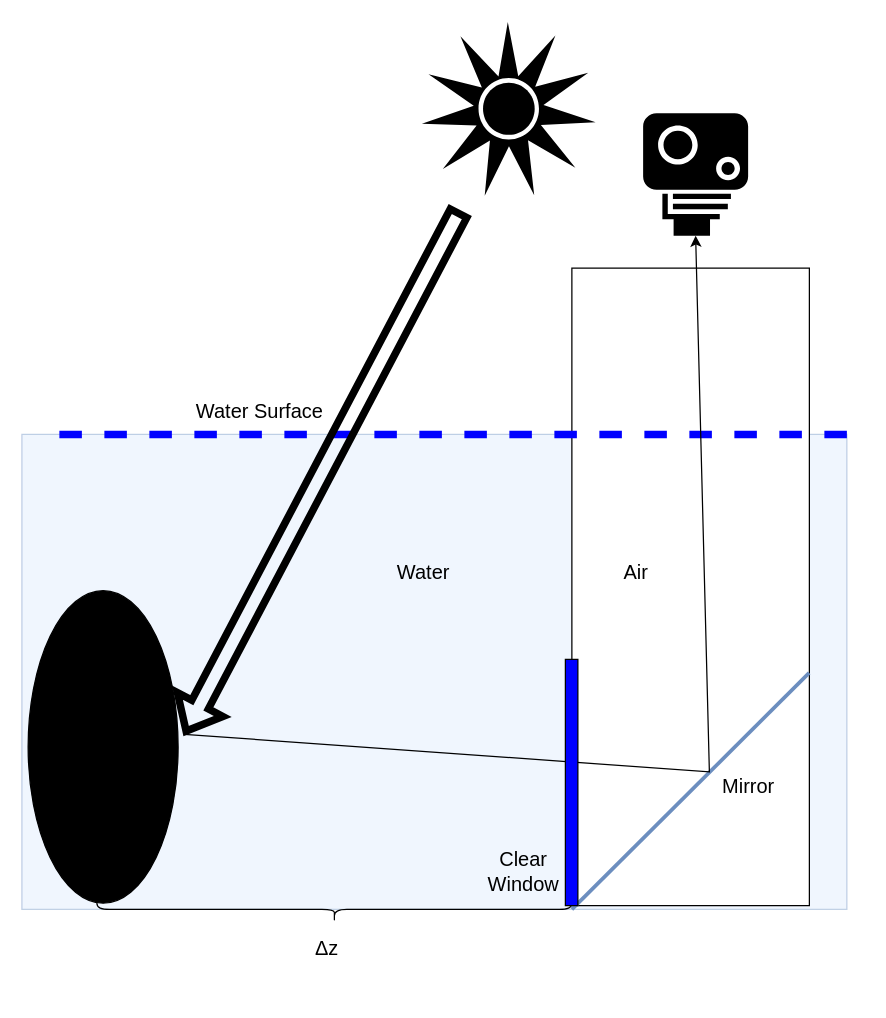
The draw.io diagram report/black_disk_aproach.drawio in itay-mal/water_turbidity_project, before the edit. Source tidied: cells renumbered, new cells numbered last; positions are measured from the earlier drawing's top-left corner, leaving out a move shared by most shapes. Both pictures are drawn from the tidied source at 125%, with x=0, y=0 at pixel (-54, 21).
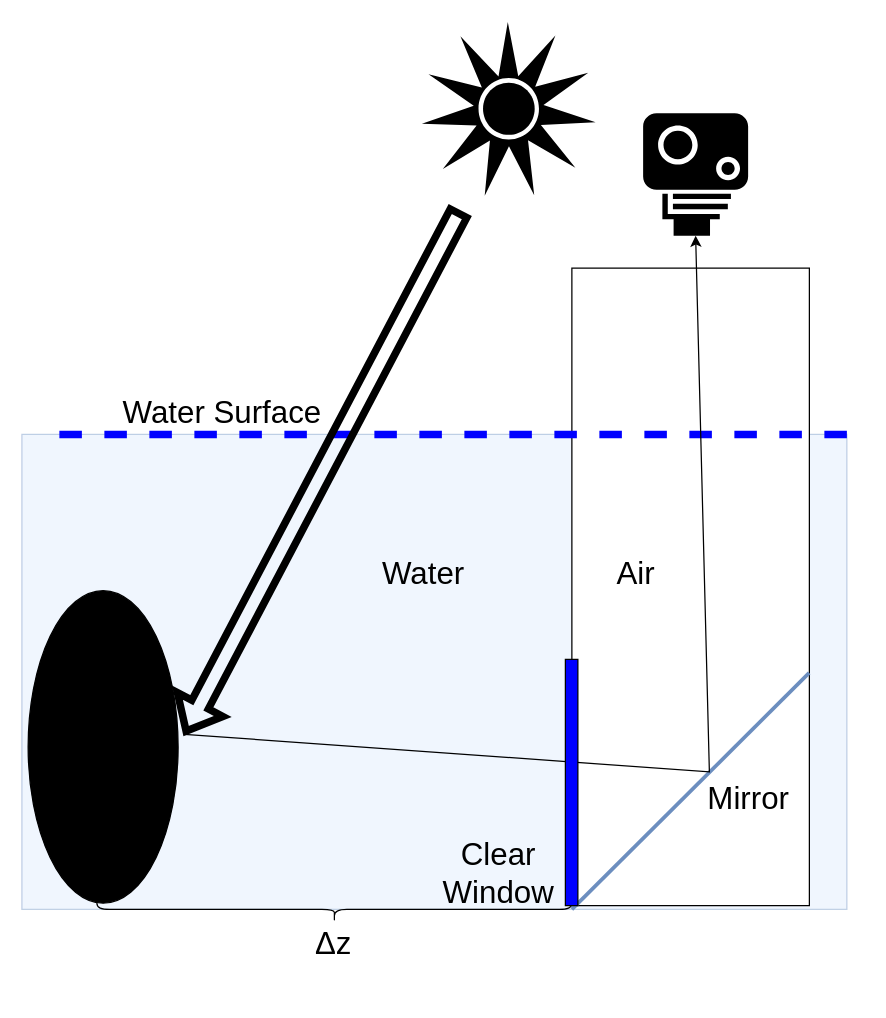
Above is the later version.

Unchanged cells that the change refers to:
```xml
<mxCell id="5" style="endArrow=none;dashed=1;html=1;rounded=0;strokeWidth=6;strokeColor=#0000FF;" parent="1" edge="1">
  <mxGeometry relative="1" as="geometry">
    <mxPoint x="90" y="330" as="sourcePoint" />
    <mxPoint x="730" y="330" as="targetPoint" />
  </mxGeometry>
</mxCell>
<mxCell id="10" style="endArrow=none;html=1;rounded=0;exitX=0.5;exitY=0;exitDx=0;exitDy=0;entryX=0.999;entryY=0.635;entryDx=0;entryDy=0;entryPerimeter=0;strokeWidth=3;fillColor=#dae8fc;strokeColor=#6c8ebf;startArrow=none;" parent="1" edge="1" source="7" target="4">
  <mxGeometry relative="1" as="geometry" />
</mxCell>
```

Change to the diagram source:
```diff
@@
-    <mxCell id="6" value="&lt;font style=&quot;font-size: 16px&quot;&gt;Water Surface&lt;/font&gt;" style="edgeLabel;html=1;align=center;verticalAlign=middle;" parent="5" vertex="1">
+    <mxCell id="6" value="&lt;font style=&quot;font-size: 25px;&quot;&gt;Water Surface&lt;/font&gt;" style="edgeLabel;html=1;align=center;verticalAlign=middle;fontSize=25;" parent="5" vertex="1">
       <mxGeometry x="0.3" y="1" relative="1" as="geometry">
-        <mxPoint x="-257" y="-19" as="offset" />
+        <mxPoint x="-287" y="-19" as="offset" />
       </mxGeometry>
     </mxCell>
@@
-    <mxCell id="8" value="&lt;p class=&quot;MsoNormal&quot;&gt;&lt;span lang=&quot;EN-US&quot;&gt;&lt;font style=&quot;font-size: 16px&quot;&gt;Δz&lt;/font&gt;&lt;/span&gt;&lt;/p&gt;" style="text;html=1;strokeColor=none;fillColor=none;spacing=5;spacingTop=-20;whiteSpace=wrap;overflow=hidden;rounded=0;labelBackgroundColor=none;" parent="1" vertex="1">
-      <mxGeometry x="290" y="730" width="71" height="50" as="geometry" />
+    <mxCell id="8" value="&lt;p class=&quot;MsoNormal&quot; style=&quot;font-size: 25px;&quot;&gt;&lt;span lang=&quot;EN-US&quot; style=&quot;font-size: 25px;&quot;&gt;&lt;font style=&quot;font-size: 25px;&quot;&gt;Δz&lt;/font&gt;&lt;/span&gt;&lt;/p&gt;" style="text;html=1;strokeColor=none;fillColor=none;spacing=5;spacingTop=-20;whiteSpace=wrap;overflow=hidden;rounded=0;labelBackgroundColor=none;fontSize=25;" parent="1" vertex="1">
+      <mxGeometry x="290" y="707" width="71" height="50" as="geometry" />
     </mxCell>
@@
-    <mxCell id="11" value="&lt;font style=&quot;font-size: 16px&quot;&gt;Mirror&lt;/font&gt;" style="edgeLabel;html=1;align=center;verticalAlign=middle;rotation=0;" parent="10" vertex="1">
+    <mxCell id="11" value="&lt;font style=&quot;font-size: 25px;&quot;&gt;Mirror&lt;/font&gt;" style="edgeLabel;html=1;align=center;verticalAlign=middle;rotation=0;fontSize=25;" parent="10" vertex="1">
       <mxGeometry x="0.35" y="1" relative="1" as="geometry">
-        <mxPoint x="13" y="29" as="offset" />
+        <mxPoint x="13" y="38" as="offset" />
       </mxGeometry>
     </mxCell>
-    <mxCell id="12" value="&lt;font style=&quot;font-size: 16px&quot;&gt;Clear&lt;br&gt;Window&lt;/font&gt;" style="edgeLabel;html=1;align=center;verticalAlign=middle;rotation=0;labelBackgroundColor=none;" parent="10" vertex="1">
+    <mxCell id="12" value="&lt;font style=&quot;font-size: 25px;&quot;&gt;Clear&lt;br style=&quot;font-size: 25px;&quot;&gt;Window&lt;/font&gt;" style="edgeLabel;html=1;align=center;verticalAlign=middle;rotation=0;labelBackgroundColor=none;fontSize=25;" parent="10" vertex="1">
       <mxGeometry x="0.35" y="1" relative="1" as="geometry">
-        <mxPoint x="-167" y="98" as="offset" />
+        <mxPoint x="-187" y="98" as="offset" />
       </mxGeometry>
     </mxCell>
-    <mxCell id="13" value="&lt;span style=&quot;font-size: 16px;&quot;&gt;Water&lt;/span&gt;" style="edgeLabel;html=1;align=center;verticalAlign=middle;rotation=0;labelBackgroundColor=none;" parent="10" vertex="1">
+    <mxCell id="13" value="&lt;span style=&quot;font-size: 25px;&quot;&gt;Water&lt;/span&gt;" style="edgeLabel;html=1;align=center;verticalAlign=middle;rotation=0;labelBackgroundColor=none;fontSize=25;" parent="10" vertex="1">
       <mxGeometry x="0.35" y="1" relative="1" as="geometry">
         <mxPoint x="-247" y="-142" as="offset" />
       </mxGeometry>
     </mxCell>
-    <mxCell id="14" value="&lt;span style=&quot;font-size: 16px;&quot;&gt;Air&lt;/span&gt;" style="edgeLabel;html=1;align=center;verticalAlign=middle;rotation=0;labelBackgroundColor=none;" parent="10" vertex="1">
+    <mxCell id="14" value="&lt;span style=&quot;font-size: 25px;&quot;&gt;Air&lt;/span&gt;" style="edgeLabel;html=1;align=center;verticalAlign=middle;rotation=0;labelBackgroundColor=none;fontSize=25;" parent="10" vertex="1">
       <mxGeometry x="0.35" y="1" relative="1" as="geometry">
         <mxPoint x="-77" y="-142" as="offset" />
       </mxGeometry>
     </mxCell>
```
